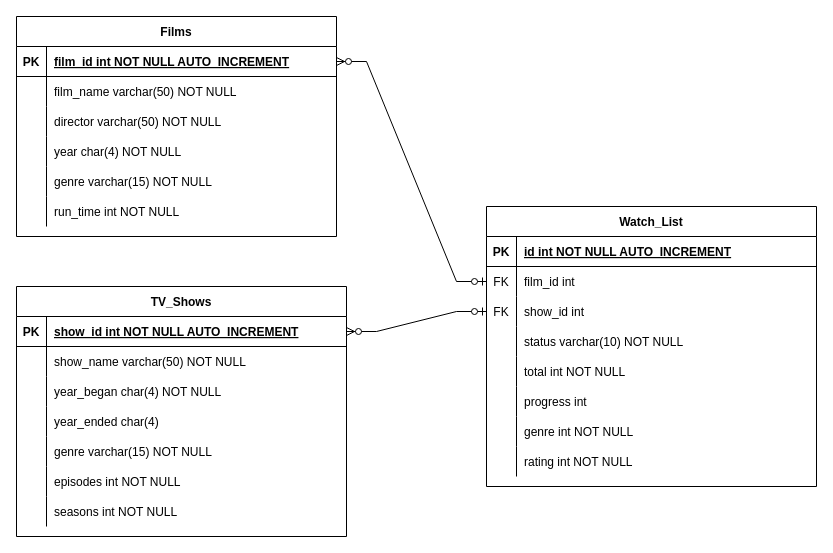
Earlier version of the draw.io diagram Documents/Film TV Tracker ER diagram ver 1.drawio (Tasdiq-Dewan/Film-TV-Tracker-Project). Source tidied: cells renumbered, new cells numbered last; positions are measured from the earlier drawing's top-left corner, leaving out a move shared by most shapes. Both pictures are drawn from the tidied source at 100%, with x=0, y=0 at pixel (16, 16).
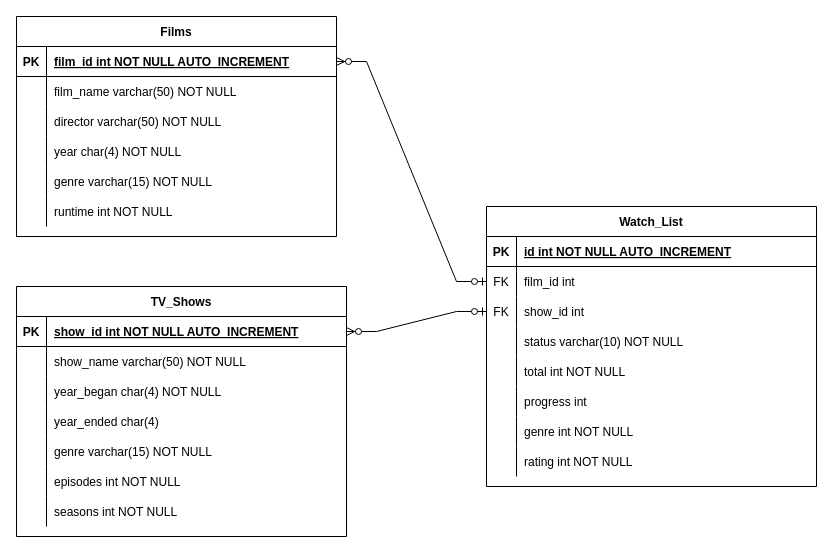
After the change.

Commit message (it also covers changes not shown here):
started UML class diagram

The change refers to these unchanged cells:
```xml
<mxCell id="18" style="shape=tableRow;horizontal=0;startSize=0;swimlaneHead=0;swimlaneBody=0;fillColor=none;top=0;left=0;right=0;bottom=0;" parent="2" vertex="1">
  <mxGeometry y="180" width="320" height="30" as="geometry" />
</mxCell>
```

What changed in the source:
```diff
@@
-    <mxCell id="20" value="run_time int NOT NULL" style="shape=partialRectangle;fillColor=none;top=0;left=0;bottom=0;right=0;align=left;spacingLeft=6;overflow=hidden;" parent="18" vertex="1">
+    <mxCell id="20" value="runtime int NOT NULL" style="shape=partialRectangle;fillColor=none;top=0;left=0;bottom=0;right=0;align=left;spacingLeft=6;overflow=hidden;" parent="18" vertex="1">
       <mxGeometry x="30" width="290" height="30" as="geometry" />
     </mxCell>
```
